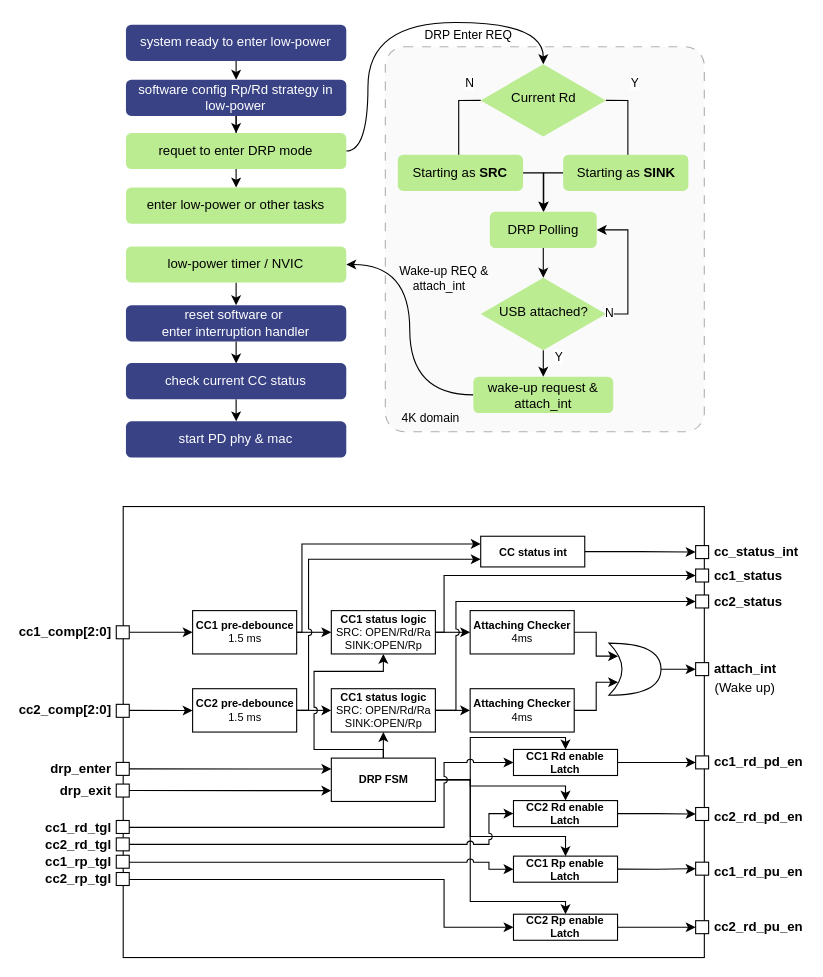
Earlier version of the draw.io diagram pd_rp_rd_lp.drawio (Xhopo/test). Source tidied: cells renumbered, new cells numbered last; positions are measured from the earlier drawing's top-left corner, leaving out a move shared by most shapes. Both pictures are drawn from the tidied source at 110%, with x=0, y=0 at pixel (26, 19).
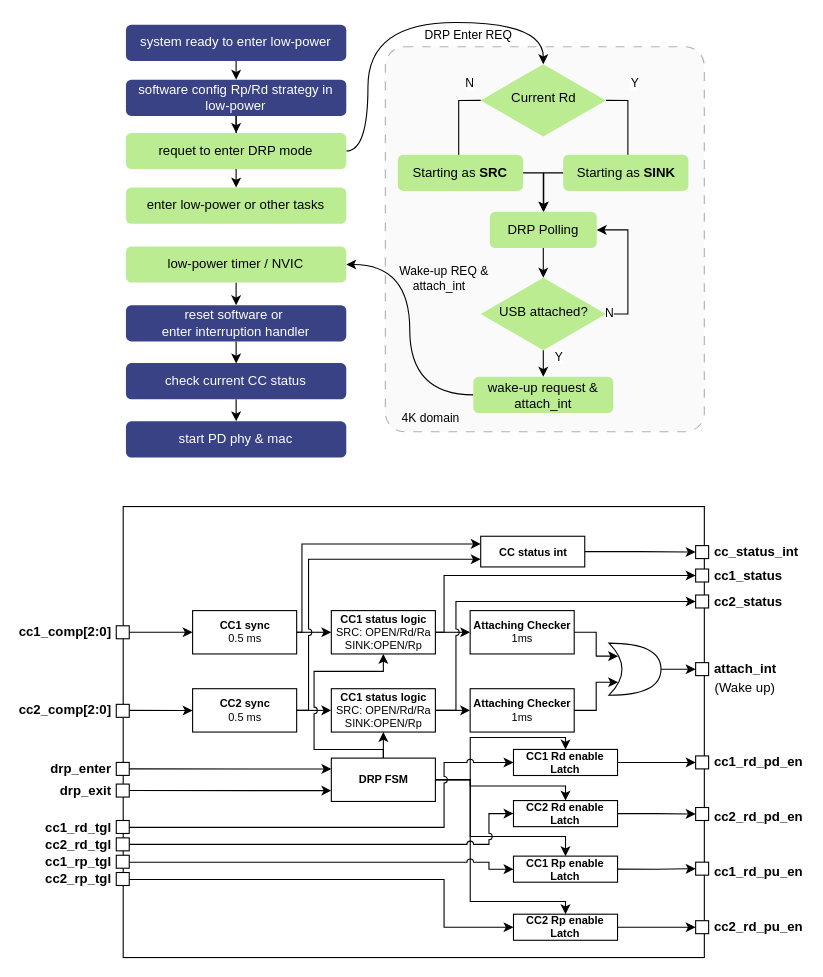
The same page after the edit.

What changed in the source:
```diff
@@
-    <mxCell id="6" value="&lt;div&gt;&lt;b&gt;CC1 pre-debounce&lt;/b&gt;&lt;/div&gt;&lt;div&gt;&lt;font&gt;1.5 ms&lt;/font&gt;&lt;/div&gt;" style="rounded=0;whiteSpace=wrap;html=1;fontSize=10;" parent="1" vertex="1">
+    <mxCell id="6" value="&lt;div&gt;&lt;b&gt;CC1 sync&lt;/b&gt;&lt;/div&gt;&lt;div&gt;&lt;font&gt;0.5 ms&lt;/font&gt;&lt;/div&gt;" style="rounded=0;whiteSpace=wrap;html=1;fontSize=10;" parent="1" vertex="1">
       <mxGeometry x="150.6" y="537.6" width="94.6" height="39.4" as="geometry" />
     </mxCell>
@@
-    <mxCell id="10" value="&lt;div&gt;&lt;span style=&quot;background-color: transparent; color: light-dark(rgb(0, 0, 0), rgb(255, 255, 255));&quot;&gt;&lt;b&gt;Attaching Checker&lt;/b&gt;&lt;/span&gt;&lt;/div&gt;&lt;div&gt;&lt;span style=&quot;background-color: transparent; color: light-dark(rgb(0, 0, 0), rgb(255, 255, 255));&quot;&gt;&lt;font&gt;4ms&lt;/font&gt;&lt;/span&gt;&lt;/div&gt;" style="rounded=0;whiteSpace=wrap;html=1;fontSize=10;" parent="1" vertex="1">
+    <mxCell id="10" value="&lt;div&gt;&lt;span style=&quot;background-color: transparent; color: light-dark(rgb(0, 0, 0), rgb(255, 255, 255));&quot;&gt;&lt;b&gt;Attaching Checker&lt;/b&gt;&lt;/span&gt;&lt;/div&gt;&lt;div&gt;&lt;span style=&quot;background-color: transparent; color: light-dark(rgb(0, 0, 0), rgb(255, 255, 255));&quot;&gt;&lt;font&gt;1ms&lt;/font&gt;&lt;/span&gt;&lt;/div&gt;" style="rounded=0;whiteSpace=wrap;html=1;fontSize=10;" parent="1" vertex="1">
       <mxGeometry x="402.9" y="537.6" width="94.6" height="39.4" as="geometry" />
     </mxCell>
@@
-    <mxCell id="15" value="&lt;div&gt;&lt;b&gt;CC2 pre-debounce&lt;/b&gt;&lt;/div&gt;&lt;div&gt;&lt;font&gt;1.5 ms&lt;/font&gt;&lt;/div&gt;" style="rounded=0;whiteSpace=wrap;html=1;fontSize=10;" parent="1" vertex="1">
+    <mxCell id="15" value="&lt;div&gt;&lt;b&gt;CC2 sync&lt;/b&gt;&lt;/div&gt;&lt;div&gt;&lt;font&gt;0.5 ms&lt;/font&gt;&lt;/div&gt;" style="rounded=0;whiteSpace=wrap;html=1;fontSize=10;" parent="1" vertex="1">
       <mxGeometry x="150.6" y="608.6" width="94.6" height="39.4" as="geometry" />
     </mxCell>
@@
-    <mxCell id="18" value="&lt;div&gt;&lt;span style=&quot;background-color: transparent; color: light-dark(rgb(0, 0, 0), rgb(255, 255, 255));&quot;&gt;&lt;b&gt;Attaching Checker&lt;/b&gt;&lt;/span&gt;&lt;/div&gt;&lt;div&gt;&lt;span style=&quot;background-color: transparent; color: light-dark(rgb(0, 0, 0), rgb(255, 255, 255));&quot;&gt;&lt;font&gt;4ms&lt;/font&gt;&lt;/span&gt;&lt;/div&gt;" style="rounded=0;whiteSpace=wrap;html=1;fontSize=10;" parent="1" vertex="1">
+    <mxCell id="18" value="&lt;div&gt;&lt;span style=&quot;background-color: transparent; color: light-dark(rgb(0, 0, 0), rgb(255, 255, 255));&quot;&gt;&lt;b&gt;Attaching Checker&lt;/b&gt;&lt;/span&gt;&lt;/div&gt;&lt;div&gt;&lt;span style=&quot;background-color: transparent; color: light-dark(rgb(0, 0, 0), rgb(255, 255, 255));&quot;&gt;&lt;font&gt;1ms&lt;/font&gt;&lt;/span&gt;&lt;/div&gt;" style="rounded=0;whiteSpace=wrap;html=1;fontSize=10;" parent="1" vertex="1">
       <mxGeometry x="402.9" y="608.6" width="94.6" height="39.4" as="geometry" />
     </mxCell>
```
